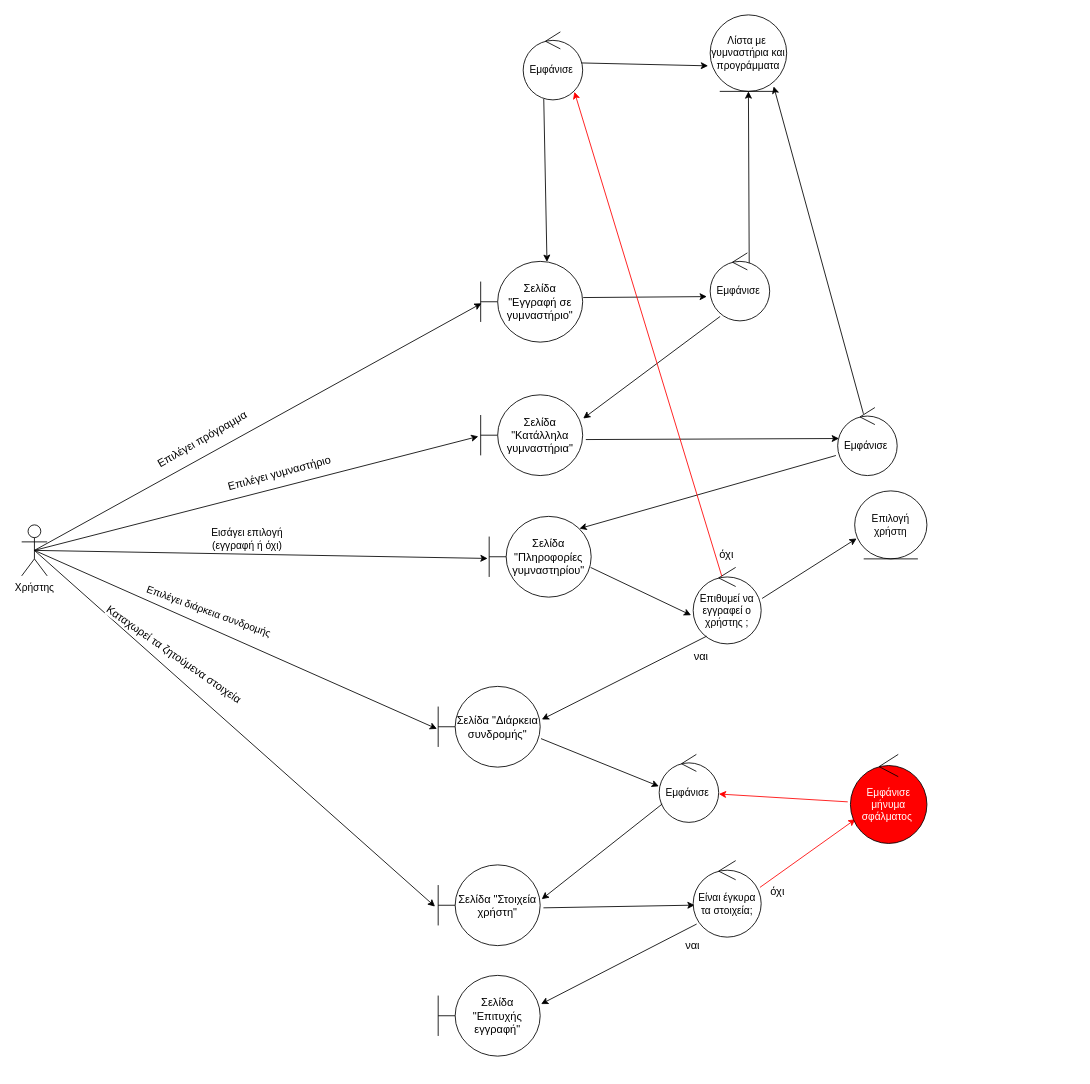
The draw.io diagram ΠΕΜΠΤΟ ΠΑΡΑΔΟΤΕΟ/ΔΙΟΡΘΩΣΕΙΣ ΠΡΟΗΓΟΥΜΕΝΩΝ ΠΑΡΑΔΟΤΕΩΝ/Robustness-diagrams-v0.3/rd_εγγραφή_σε_γυμναστήριο-v0.3.drawio in Dionkaps/Eu-Zin, before the edit. Source tidied: cells renumbered, new cells numbered last; positions are measured from the earlier drawing's top-left corner, leaving out a move shared by most shapes. Both pictures are drawn from the tidied source at 85%, with x=0, y=0 at pixel (21, 14).
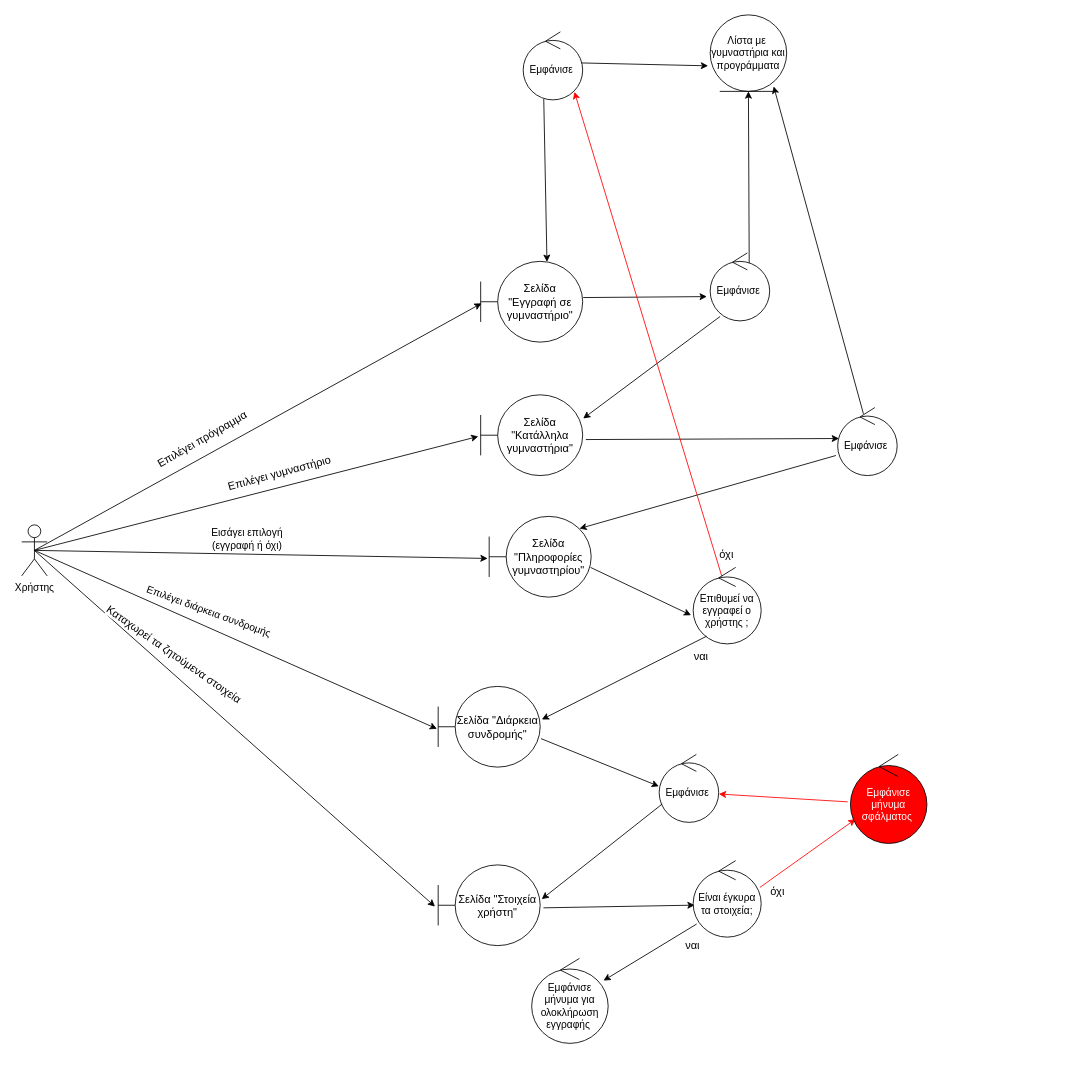
Above is the later version.

Unchanged cells that the change refers to:
```xml
<mxCell id="25" value="&lt;font&gt;Επιθυμεί να εγγραφεί ο χρήστης ;&lt;/font&gt;" style="ellipse;shape=umlControl;whiteSpace=wrap;html=1;strokeColor=#000000;fontColor=#000000;" parent="1" vertex="1">
  <mxGeometry x="790" y="650" width="80" height="90" as="geometry" />
</mxCell>
<mxCell id="40" value="&lt;font&gt;Είναι έγκυρα τα στοιχεία;&lt;/font&gt;" style="ellipse;shape=umlControl;whiteSpace=wrap;html=1;strokeColor=#000000;fontColor=#000000;" parent="1" vertex="1">
  <mxGeometry x="790" y="995" width="80" height="90" as="geometry" />
</mxCell>
```

Diff of the diagram source:
```diff
@@
-    <mxCell id="26" value="&lt;font&gt;Επιλογή χρήστη&lt;/font&gt;" style="ellipse;shape=umlEntity;whiteSpace=wrap;html=1;strokeColor=#000000;fontColor=#000000;" parent="1" vertex="1">
-      <mxGeometry x="980" y="560" width="85" height="80" as="geometry" />
-    </mxCell>
-    <mxCell id="27" style="rounded=0;jettySize=auto;html=1;exitX=1.014;exitY=0.406;exitDx=0;exitDy=0;exitPerimeter=0;strokeColor=#000000;fontColor=#000000;entryX=0.027;entryY=0.7;entryDx=0;entryDy=0;entryPerimeter=0;" parent="1" edge="1" source="25" target="26">
-      <mxGeometry relative="1" as="geometry" />
-    </mxCell>
@@
-    <mxCell id="41" style="rounded=0;jettySize=auto;html=1;strokeColor=#000000;fontColor=#000000;exitX=0.051;exitY=0.829;exitDx=0;exitDy=0;exitPerimeter=0;entryX=1.009;entryY=0.355;entryDx=0;entryDy=0;entryPerimeter=0;" parent="1" edge="1" source="40" target="43">
+    <mxCell id="41" style="rounded=0;jettySize=auto;html=1;strokeColor=#000000;fontColor=#000000;exitX=0.051;exitY=0.829;exitDx=0;exitDy=0;exitPerimeter=0;" parent="1" edge="1" source="40" target="50">
       <mxGeometry relative="1" as="geometry" />
     </mxCell>
@@
-    <mxCell id="43" value="Σελίδα &quot;Επιτυχής εγγραφή&quot;" style="shape=umlBoundary;whiteSpace=wrap;html=1;strokeColor=#000000;fontColor=#000000;fontSize=13;" parent="1" vertex="1">
-      <mxGeometry x="490" y="1130" width="120" height="95" as="geometry" />
-    </mxCell>
@@
+    <mxCell id="50" value="&lt;font&gt;Εμφάνισε μήνυμα για ολοκλήρωση εγγραφής&amp;nbsp;&lt;/font&gt;" style="ellipse;shape=umlControl;whiteSpace=wrap;html=1;strokeColor=#000000;fontColor=#000000;" parent="1" vertex="1">
+      <mxGeometry x="600" y="1110" width="90" height="100" as="geometry" />
+    </mxCell>
```
